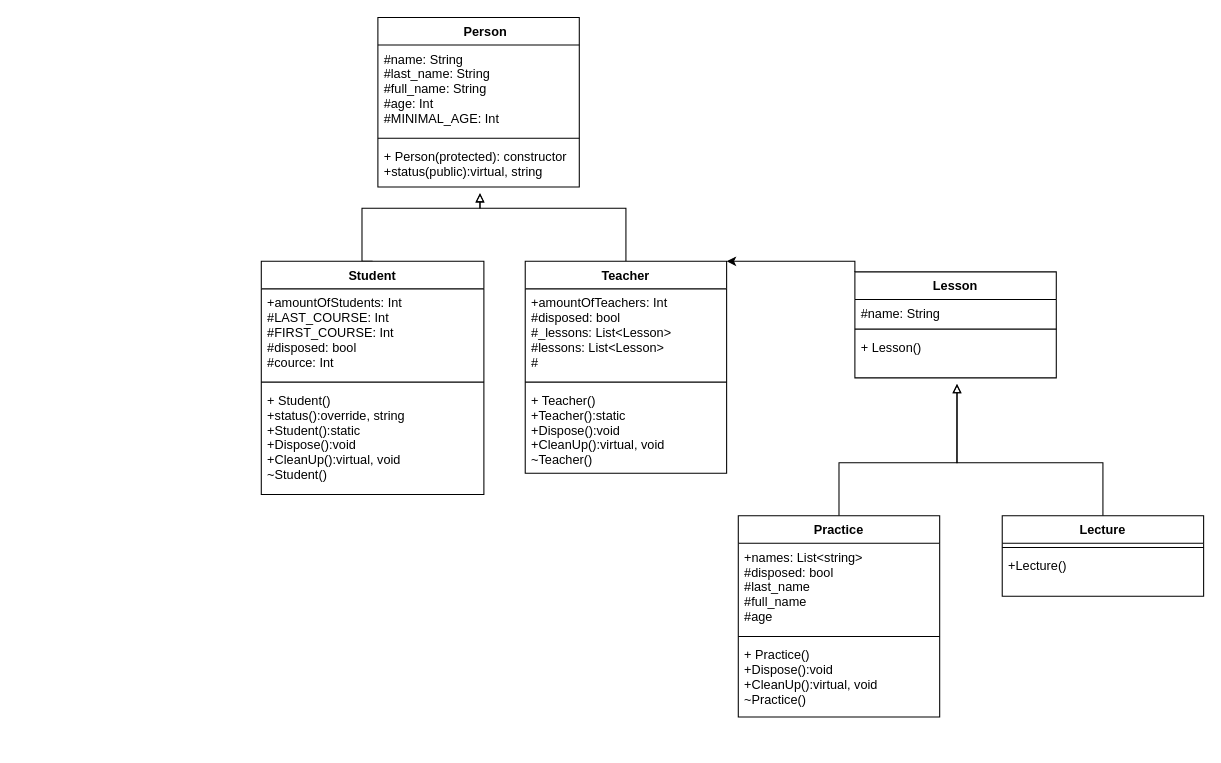
Before: OOP_LABA1.drawio in IKatiaI/ads-nahorna-kp13, a draw.io diagram. Source tidied: cells renumbered, new cells numbered last; positions are measured from the earlier drawing's top-left corner, leaving out a move shared by most shapes. Both pictures are drawn from the tidied source at 106%, with x=0, y=0 at pixel (261, 17).
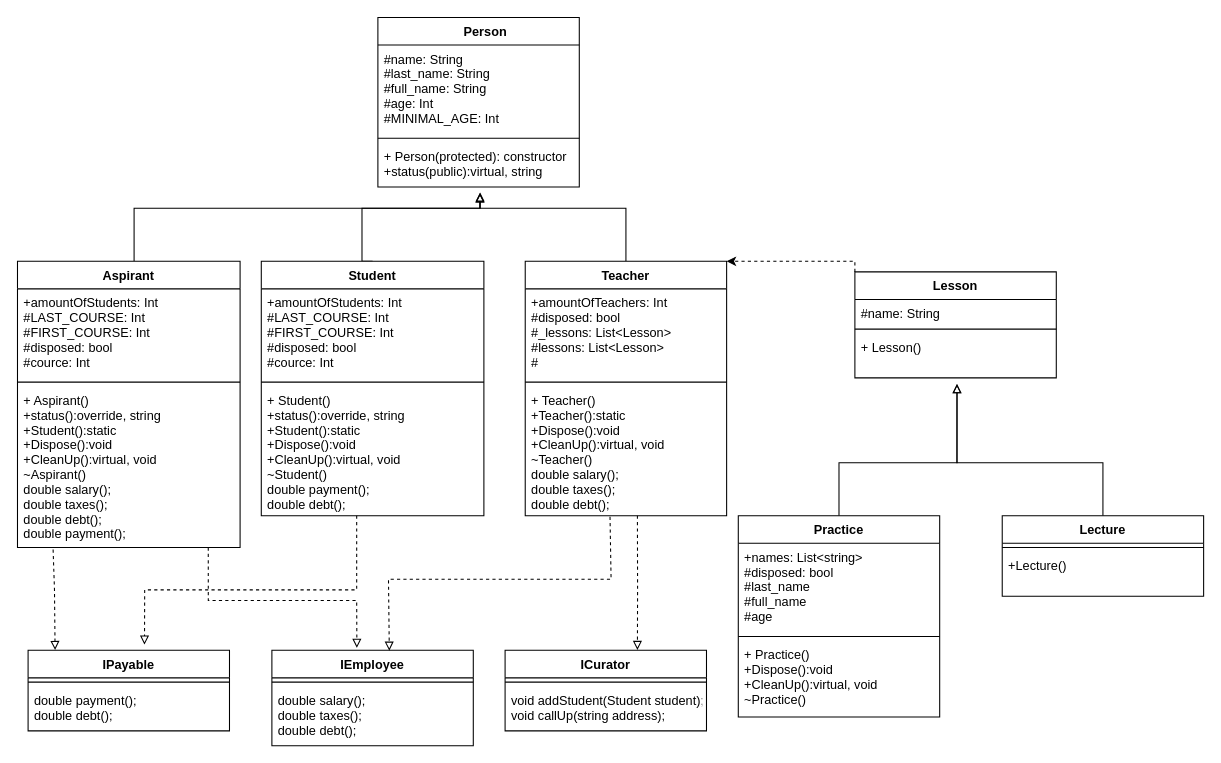
The same page after the edit.

The change refers to these unchanged cells:
```xml
<mxCell id="17" value="Lesson" style="swimlane;fontStyle=1;align=center;verticalAlign=top;horizontal=1;startSize=26;" parent="1" vertex="1">
  <mxGeometry x="560" y="240" width="190" height="100" as="geometry" />
</mxCell>
```

Change to the diagram source:
```diff
@@
     <mxCell id="7" value="Student" style="swimlane;fontStyle=1;align=center;verticalAlign=top;horizontal=1;startSize=26;" parent="1" vertex="1">
-      <mxGeometry y="230" width="210" height="220" as="geometry" />
+      <mxGeometry y="230" width="210" height="240" as="geometry" />
     </mxCell>
@@
-    <mxCell id="10" value="+ Student()&#10;+status():override, string&#10;+Student():static&#10;+Dispose():void&#10;+CleanUp():virtual, void&#10;~Student()" style="text;strokeColor=none;fillColor=none;align=left;verticalAlign=top;spacingLeft=4;spacingRight=4;overflow=hidden;" parent="7" vertex="1">
-      <mxGeometry y="118" width="210" height="102" as="geometry" />
+    <mxCell id="10" value="+ Student()&#10;+status():override, string&#10;+Student():static&#10;+Dispose():void&#10;+CleanUp():virtual, void&#10;~Student()&#10;double payment();&#10;double debt();&#10;" style="text;strokeColor=none;fillColor=none;align=left;verticalAlign=top;spacingLeft=4;spacingRight=4;overflow=hidden;" parent="7" vertex="1">
+      <mxGeometry y="118" width="210" height="122" as="geometry" />
     </mxCell>
@@
     <mxCell id="12" value="Teacher" style="swimlane;fontStyle=1;align=center;verticalAlign=top;horizontal=1;startSize=26;" parent="1" vertex="1">
-      <mxGeometry x="249" y="230" width="190" height="200" as="geometry" />
+      <mxGeometry x="249" y="230" width="190" height="240" as="geometry" />
     </mxCell>
@@
-    <mxCell id="15" value="+ Teacher()&#10;+Teacher():static&#10;+Dispose():void&#10;+CleanUp():virtual, void&#10;~Teacher()" style="text;strokeColor=none;fillColor=none;align=left;verticalAlign=top;spacingLeft=4;spacingRight=4;overflow=hidden;points=[[0,0.5],[1,0.5]];portConstraint=eastwest;" parent="12" vertex="1">
-      <mxGeometry y="118" width="190" height="82" as="geometry" />
+    <mxCell id="15" value="+ Teacher()&#10;+Teacher():static&#10;+Dispose():void&#10;+CleanUp():virtual, void&#10;~Teacher()&#10;double salary();&#10;double taxes();&#10;double debt();" style="text;strokeColor=none;fillColor=none;align=left;verticalAlign=top;spacingLeft=4;spacingRight=4;overflow=hidden;points=[[0,0.5],[1,0.5]];portConstraint=eastwest;" parent="12" vertex="1">
+      <mxGeometry y="118" width="190" height="122" as="geometry" />
     </mxCell>
-    <mxCell id="16" style="edgeStyle=orthogonalEdgeStyle;rounded=0;jettySize=auto;html=1;exitX=0;exitY=0;exitDx=0;exitDy=0;entryX=1;entryY=0;entryDx=0;entryDy=0;endArrow=classic;endFill=1;" parent="1" edge="1" source="17" target="12">
+    <mxCell id="16" style="edgeStyle=orthogonalEdgeStyle;rounded=0;jettySize=auto;html=1;exitX=0;exitY=0;exitDx=0;exitDy=0;entryX=1;entryY=0;entryDx=0;entryDy=0;endArrow=classic;endFill=1;dashed=1;" parent="1" edge="1" source="17" target="12">
       <mxGeometry relative="1" as="geometry">
         <Array as="points">
           <mxPoint x="560" y="230" />
         </Array>
       </mxGeometry>
     </mxCell>
@@
+    <mxCell id="30" value="IPayable" style="swimlane;fontStyle=1;align=center;verticalAlign=top;horizontal=1;startSize=26;" parent="1" vertex="1">
+      <mxGeometry x="-220" y="597" width="190" height="76" as="geometry" />
+    </mxCell>
+    <mxCell id="31" style="line;strokeWidth=1;fillColor=none;align=left;verticalAlign=middle;spacingTop=-1;spacingLeft=3;spacingRight=3;labelPosition=right;strokeColor=inherit;" parent="30" vertex="1">
+      <mxGeometry y="26" width="190" height="8" as="geometry" />
+    </mxCell>
+    <mxCell id="32" value="double payment();&#10;double debt();&#10;" style="text;strokeColor=none;fillColor=none;align=left;verticalAlign=top;spacingLeft=4;spacingRight=4;overflow=hidden;" parent="30" vertex="1">
+      <mxGeometry y="34" width="190" height="42" as="geometry" />
+    </mxCell>
+    <mxCell id="33" value="IEmployee" style="swimlane;fontStyle=1;align=center;verticalAlign=top;horizontal=1;startSize=26;" parent="1" vertex="1">
+      <mxGeometry x="10" y="597" width="190" height="90" as="geometry" />
+    </mxCell>
+    <mxCell id="34" style="line;strokeWidth=1;fillColor=none;align=left;verticalAlign=middle;spacingTop=-1;spacingLeft=3;spacingRight=3;labelPosition=right;strokeColor=inherit;" parent="33" vertex="1">
+      <mxGeometry y="26" width="190" height="8" as="geometry" />
+    </mxCell>
+    <mxCell id="35" value="double salary();&#10;double taxes();&#10;double debt();" style="text;strokeColor=none;fillColor=none;align=left;verticalAlign=top;spacingLeft=4;spacingRight=4;overflow=hidden;" parent="33" vertex="1">
+      <mxGeometry y="34" width="190" height="56" as="geometry" />
+    </mxCell>
+    <mxCell id="36" value="ICurator" style="swimlane;fontStyle=1;align=center;verticalAlign=top;horizontal=1;startSize=26;" parent="1" vertex="1">
+      <mxGeometry x="230" y="597" width="190" height="76" as="geometry" />
+    </mxCell>
+    <mxCell id="37" style="line;strokeWidth=1;fillColor=none;align=left;verticalAlign=middle;spacingTop=-1;spacingLeft=3;spacingRight=3;labelPosition=right;strokeColor=inherit;" parent="36" vertex="1">
+      <mxGeometry y="26" width="190" height="8" as="geometry" />
+    </mxCell>
+    <mxCell id="38" value="void addStudent(Student student);&#10;void callUp(string address);" style="text;strokeColor=none;fillColor=none;align=left;verticalAlign=top;spacingLeft=4;spacingRight=4;overflow=hidden;" parent="36" vertex="1">
+      <mxGeometry y="34" width="190" height="42" as="geometry" />
+    </mxCell>
+    <mxCell id="39" style="edgeStyle=orthogonalEdgeStyle;rounded=0;orthogonalLoop=1;jettySize=auto;html=1;exitX=0.5;exitY=0;exitDx=0;exitDy=0;entryX=0.481;entryY=1.119;entryDx=0;entryDy=0;entryPerimeter=0;endArrow=block;endFill=0;" parent="1" edge="1">
+      <mxGeometry relative="1" as="geometry">
+        <mxPoint x="-120" y="230" as="sourcePoint" />
+        <mxPoint x="206.4" y="165" as="targetPoint" />
+        <Array as="points">
+          <mxPoint x="-120" y="180" />
+          <mxPoint x="206" y="180" />
+        </Array>
+      </mxGeometry>
+    </mxCell>
+    <mxCell id="40" value="Aspirant" style="swimlane;fontStyle=1;align=center;verticalAlign=top;horizontal=1;startSize=26;" parent="1" vertex="1">
+      <mxGeometry x="-230" y="230" width="210" height="270" as="geometry" />
+    </mxCell>
+    <mxCell id="41" value="+amountOfStudents: Int&#10;#LAST_COURSE: Int&#10;#FIRST_COURSE: Int&#10;#disposed: bool&#10;#cource: Int&#10;" style="text;strokeColor=none;fillColor=none;align=left;verticalAlign=top;spacingLeft=4;spacingRight=4;overflow=hidden;" parent="40" vertex="1">
+      <mxGeometry y="26" width="210" height="84" as="geometry" />
+    </mxCell>
+    <mxCell id="42" style="line;strokeWidth=1;fillColor=none;align=left;verticalAlign=middle;spacingTop=-1;spacingLeft=3;spacingRight=3;labelPosition=right;strokeColor=inherit;" parent="40" vertex="1">
+      <mxGeometry y="110" width="210" height="8" as="geometry" />
+    </mxCell>
+    <mxCell id="43" value="+ Aspirant()&#10;+status():override, string&#10;+Student():static&#10;+Dispose():void&#10;+CleanUp():virtual, void&#10;~Aspirant()&#10;double salary();&#10;double taxes();&#10;double debt();&#10;double payment();" style="text;strokeColor=none;fillColor=none;align=left;verticalAlign=top;spacingLeft=4;spacingRight=4;overflow=hidden;points=[[0,0.5],[1,0.5]];portConstraint=eastwest;" parent="40" vertex="1">
+      <mxGeometry y="118" width="210" height="152" as="geometry" />
+    </mxCell>
+    <mxCell id="44" style="endArrow=block;html=1;rounded=0;entryX=0.578;entryY=-0.071;entryDx=0;entryDy=0;entryPerimeter=0;dashed=1;endFill=0;" parent="1" edge="1" target="30">
+      <mxGeometry relative="1" as="geometry">
+        <mxPoint x="90" y="470" as="sourcePoint" />
+        <Array as="points">
+          <mxPoint x="90" y="540" />
+          <mxPoint x="-110" y="540" />
+        </Array>
+      </mxGeometry>
+    </mxCell>
+    <mxCell id="45" style="endArrow=block;html=1;rounded=0;exitX=0.421;exitY=1.008;exitDx=0;exitDy=0;exitPerimeter=0;entryX=0.583;entryY=0.004;entryDx=0;entryDy=0;entryPerimeter=0;dashed=1;endFill=0;" parent="1" edge="1" source="15" target="33">
+      <mxGeometry relative="1" as="geometry">
+        <Array as="points">
+          <mxPoint x="330" y="530" />
+          <mxPoint x="120" y="530" />
+        </Array>
+      </mxGeometry>
+    </mxCell>
+    <mxCell id="46" style="endArrow=block;html=1;rounded=0;exitX=0.557;exitY=1;exitDx=0;exitDy=0;exitPerimeter=0;entryX=0.657;entryY=-0.004;entryDx=0;entryDy=0;entryPerimeter=0;dashed=1;endFill=0;" parent="1" edge="1" source="15" target="36">
+      <mxGeometry relative="1" as="geometry">
+        <Array as="points">
+          <mxPoint x="355" y="540" />
+        </Array>
+      </mxGeometry>
+    </mxCell>
+    <mxCell id="47" style="endArrow=block;html=1;rounded=0;exitX=0.857;exitY=1;exitDx=0;exitDy=0;exitPerimeter=0;entryX=0.422;entryY=-0.026;entryDx=0;entryDy=0;entryPerimeter=0;dashed=1;endFill=0;" parent="1" edge="1" source="43" target="33">
+      <mxGeometry relative="1" as="geometry">
+        <Array as="points">
+          <mxPoint x="-50" y="550" />
+          <mxPoint x="90" y="550" />
+        </Array>
+      </mxGeometry>
+    </mxCell>
+    <mxCell id="48" style="endArrow=block;html=1;rounded=0;exitX=0.16;exitY=1.013;exitDx=0;exitDy=0;exitPerimeter=0;entryX=0.134;entryY=-0.004;entryDx=0;entryDy=0;entryPerimeter=0;dashed=1;endFill=0;" parent="1" edge="1" source="43" target="30">
+      <mxGeometry relative="1" as="geometry">
+        <Array as="points">
+          <mxPoint x="-195.1" y="540" />
+        </Array>
+      </mxGeometry>
+    </mxCell>
```
